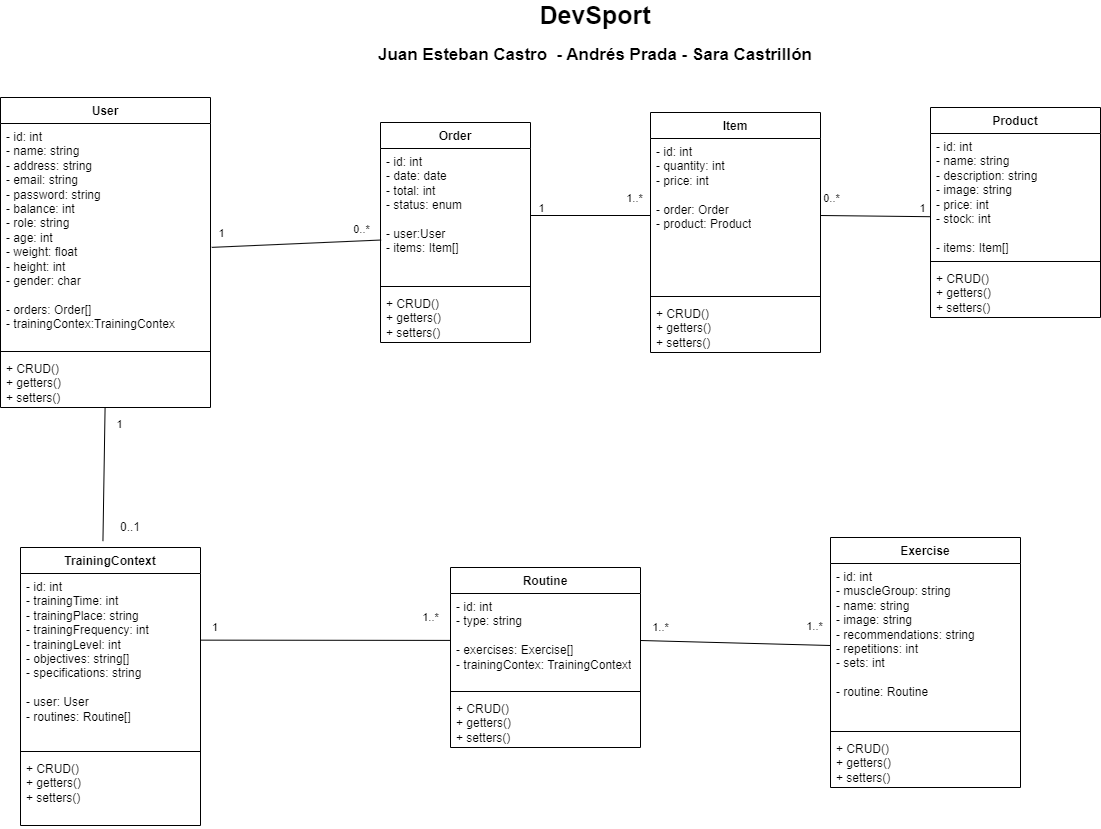
Above: sportShop_FINAL.png in SaraCastril1/devSport (draw.io), before the change. Source tidied: cells renumbered, new cells last; positions are measured from the earlier drawing's top-left corner, leaving out a move shared by most shapes.
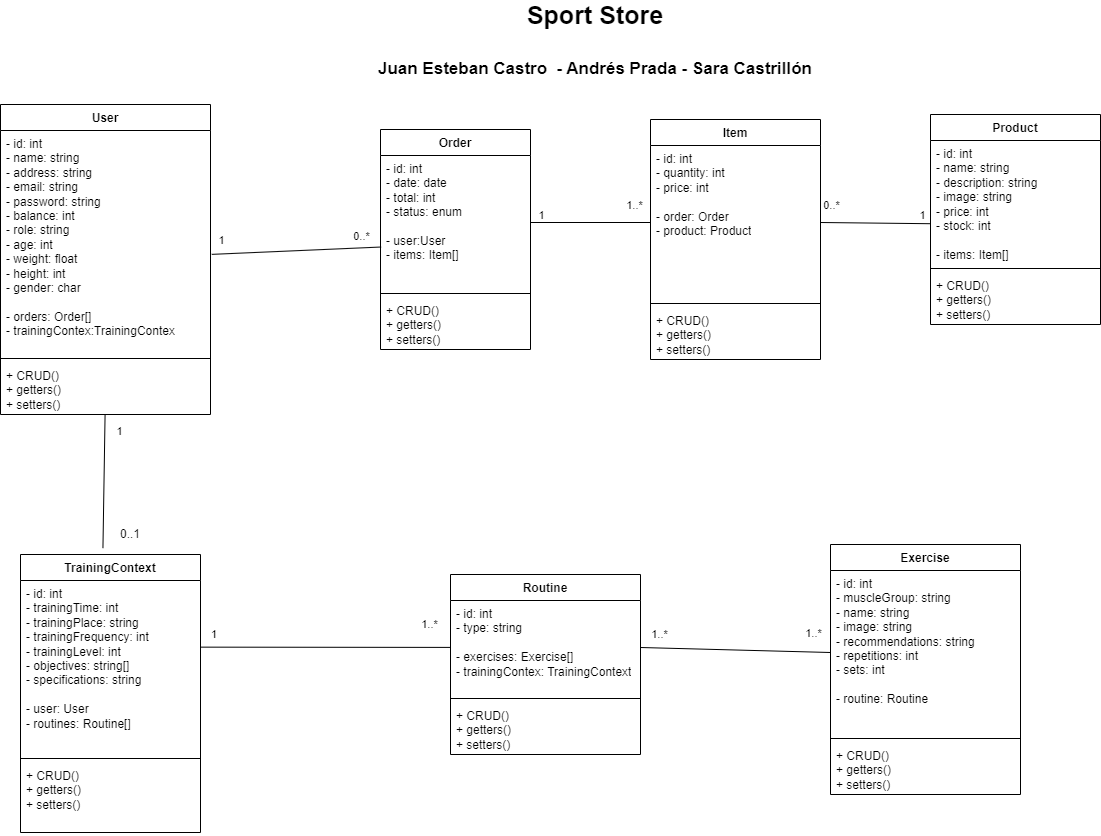
The same diagram one commit later.

What changed in the source:
```diff
@@ -1,4 +1,4 @@
-<mxGraphModel background="#ffffff">
+<mxGraphModel>
   <root>
     <mxCell id="0" />
     <mxCell id="1" parent="0" />
@@ -160,7 +160,7 @@
         <mxPoint x="-241" y="-1" as="offset" />
       </mxGeometry>
     </mxCell>
-    <mxCell id="48" value="&lt;font style=&quot;&quot;&gt;&lt;span style=&quot;font-size: 25px;&quot;&gt;DevSport&lt;/span&gt;&lt;br&gt;&lt;br&gt;&lt;span style=&quot;font-size: 17px; background-color: initial;&quot;&gt;Juan Esteban Castro&amp;nbsp; - Andrés Prada - Sara Castrillón&lt;/span&gt;&lt;/font&gt;" style="text;html=1;strokeColor=none;fillColor=none;align=center;verticalAlign=middle;whiteSpace=wrap;rounded=0;fontStyle=1;" parent="1" vertex="1">
+    <mxCell id="48" value="&lt;font style=&quot;&quot;&gt;&lt;font style=&quot;font-size: 25px;&quot;&gt;Sport Store&lt;/font&gt;&lt;br&gt;&lt;br&gt;&lt;br&gt;&lt;span style=&quot;font-size: 17px; background-color: initial;&quot;&gt;Juan Esteban Castro&amp;nbsp; - Andrés Prada - Sara Castrillón&lt;/span&gt;&lt;/font&gt;" style="text;html=1;strokeColor=none;fillColor=none;align=center;verticalAlign=middle;whiteSpace=wrap;rounded=0;fontStyle=1;" parent="1" vertex="1">
       <mxGeometry x="360" width="470" height="30" as="geometry" />
     </mxCell>
     <mxCell id="49" value="0..1" style="text;html=1;strokeColor=none;fillColor=none;align=center;verticalAlign=middle;whiteSpace=wrap;rounded=0;" parent="1" vertex="1">
```
